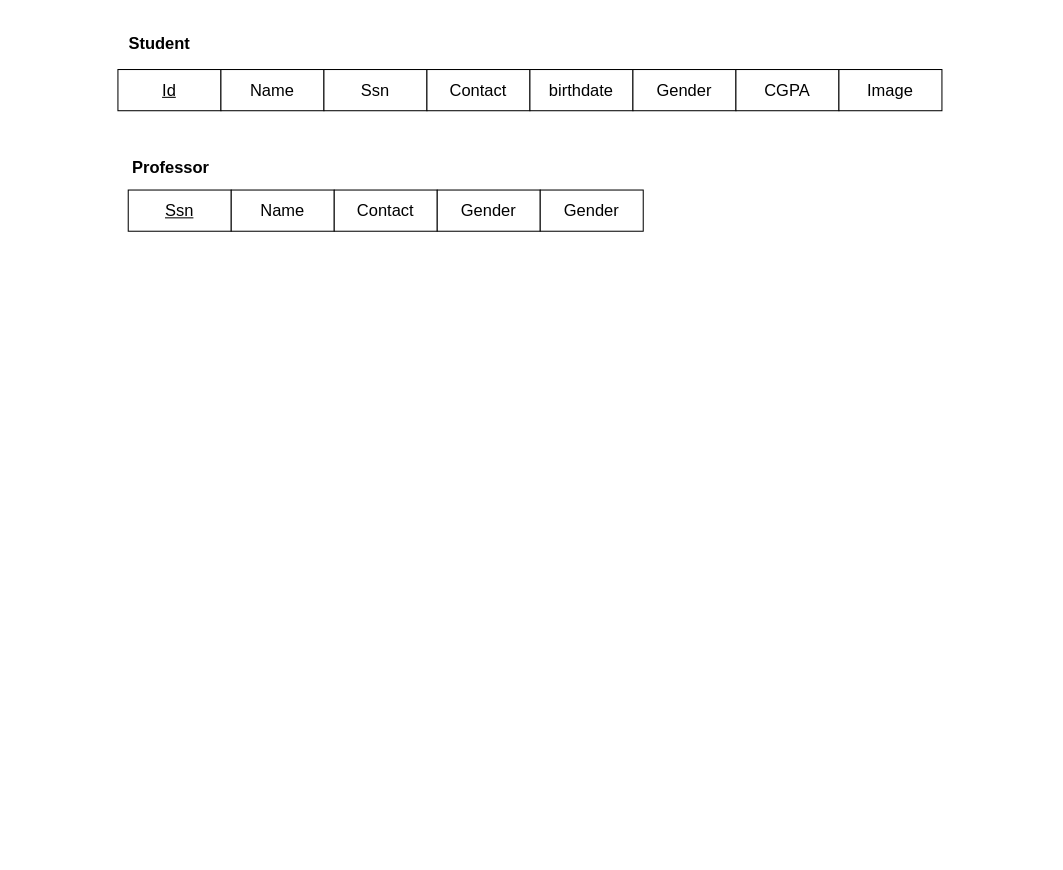
The draw.io diagram diagrams/Mapping.drawio in DiaaAhmedHassan/university_system, before the edit. Source tidied: cells renumbered, new cells numbered last; positions are measured from the earlier drawing's top-left corner, leaving out a move shared by most shapes. Both pictures are drawn from the tidied source at 103%, with x=0, y=0 at pixel (117, 28).
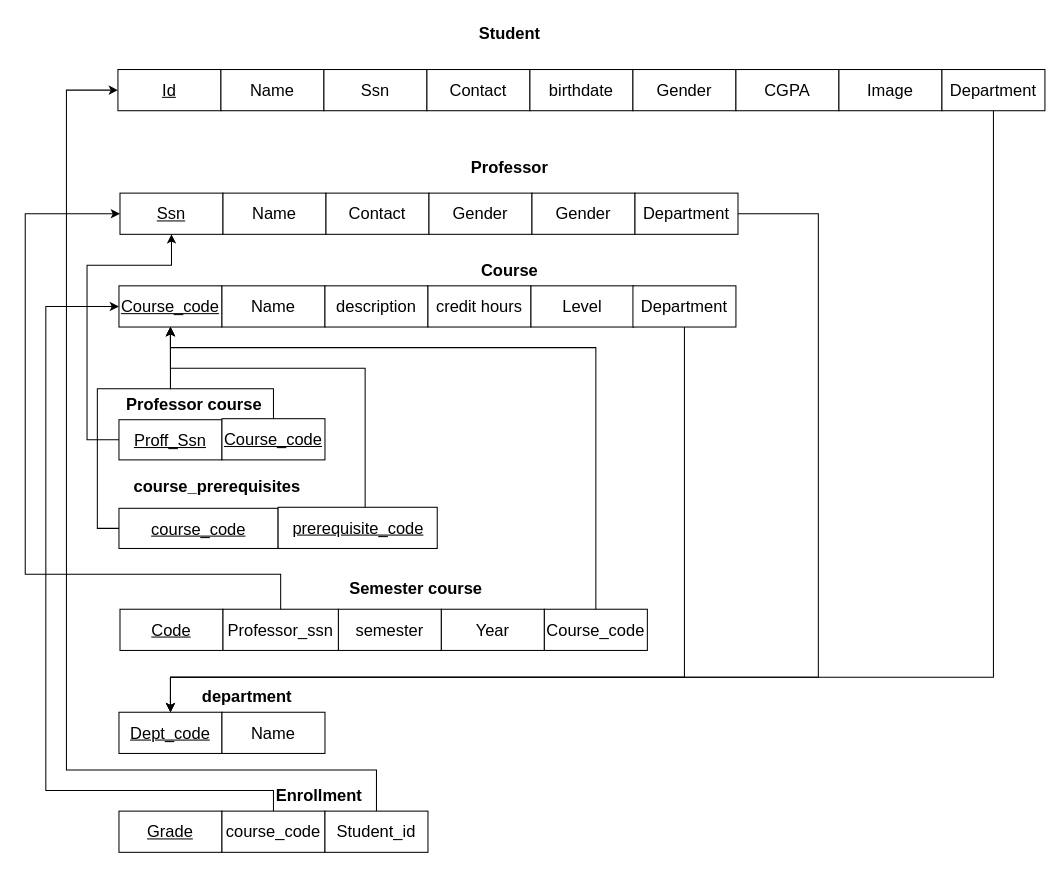
The same page after the edit.

The change refers to these unchanged cells:
```xml
<mxCell id="12" value="&lt;u&gt;&lt;font style=&quot;font-size: 16px;&quot;&gt;Id&lt;/font&gt;&lt;/u&gt;" style="rounded=0;whiteSpace=wrap;html=1;" parent="11" vertex="1">
  <mxGeometry width="100" height="40" as="geometry" />
</mxCell>
```

Diff of the diagram source:
```diff
@@
     <mxCell id="2" value="&lt;font style=&quot;font-size: 16px;&quot;&gt;&lt;b&gt;Student&lt;/b&gt;&lt;/font&gt;" style="text;html=1;align=center;verticalAlign=middle;strokeColor=none;fillColor=none;" parent="1" vertex="1">
-      <mxGeometry width="80" height="30" as="geometry" />
+      <mxGeometry x="340" y="-10" width="80" height="30" as="geometry" />
     </mxCell>
-    <mxCell id="3" value="&lt;font style=&quot;font-size: 16px;&quot;&gt;&lt;b&gt;Professor&lt;/b&gt;&lt;/font&gt;" style="text;html=1;align=center;verticalAlign=middle;strokeColor=none;fillColor=none;" parent="1" vertex="1">
-      <mxGeometry x="1" y="120" width="100" height="30" as="geometry" />
-    </mxCell>
     <mxCell id="4" style="group;" parent="1" vertex="1">
-      <mxGeometry x="10" y="158" width="700" height="40" as="geometry" />
+      <mxGeometry x="10" y="160" width="700" height="40" as="geometry" />
     </mxCell>
     <mxCell id="5" value="&lt;u&gt;&lt;font style=&quot;font-size: 16px;&quot;&gt;Ssn&lt;/font&gt;&lt;/u&gt;" style="rounded=0;whiteSpace=wrap;html=1;" parent="4" vertex="1">
-      <mxGeometry y="-1" width="100" height="40" as="geometry" />
+      <mxGeometry x="-8" width="100" height="40" as="geometry" />
     </mxCell>
     <mxCell id="6" value="&lt;font style=&quot;font-size: 16px;&quot;&gt;Name&lt;/font&gt;" style="rounded=0;whiteSpace=wrap;html=1;" parent="4" vertex="1">
-      <mxGeometry x="100" y="-1" width="100" height="40" as="geometry" />
+      <mxGeometry x="92" width="100" height="40" as="geometry" />
     </mxCell>
     <mxCell id="7" value="&lt;font style=&quot;font-size: 16px;&quot;&gt;Contact&lt;/font&gt;" style="rounded=0;whiteSpace=wrap;html=1;" parent="4" vertex="1">
-      <mxGeometry x="200" y="-1" width="100" height="40" as="geometry" />
+      <mxGeometry x="192" width="100" height="40" as="geometry" />
     </mxCell>
     <mxCell id="8" value="&lt;span style=&quot;font-size: 16px;&quot;&gt;Gender&lt;/span&gt;" style="rounded=0;whiteSpace=wrap;html=1;" parent="4" vertex="1">
-      <mxGeometry x="300" y="-1" width="100" height="40" as="geometry" />
+      <mxGeometry x="292" width="100" height="40" as="geometry" />
     </mxCell>
     <mxCell id="9" value="&lt;span style=&quot;font-size: 16px;&quot;&gt;Gender&lt;/span&gt;" style="rounded=0;whiteSpace=wrap;html=1;" parent="4" vertex="1">
-      <mxGeometry x="400" y="-1" width="100" height="40" as="geometry" />
+      <mxGeometry x="392" width="100" height="40" as="geometry" />
     </mxCell>
+    <mxCell id="20" value="&lt;span style=&quot;font-size: 16px;&quot;&gt;Department&lt;/span&gt;" style="rounded=0;whiteSpace=wrap;html=1;" parent="4" vertex="1">
+      <mxGeometry x="492" width="100" height="40" as="geometry" />
+    </mxCell>
@@
+    <mxCell id="21" value="&lt;font style=&quot;font-size: 16px;&quot;&gt;&lt;b&gt;Course&lt;/b&gt;&lt;/font&gt;" style="text;html=1;align=center;verticalAlign=middle;strokeColor=none;fillColor=none;" parent="1" vertex="1">
+      <mxGeometry x="340" y="220" width="80" height="30" as="geometry" />
+    </mxCell>
+    <mxCell id="22" style="group;" parent="1" vertex="1">
+      <mxGeometry x="-6" y="280" width="800" height="424" as="geometry" />
+    </mxCell>
+    <mxCell id="23" style="group;" parent="22" vertex="1">
+      <mxGeometry width="700" height="424" as="geometry" />
+    </mxCell>
+    <mxCell id="24" value="&lt;u&gt;&lt;font style=&quot;font-size: 16px;&quot;&gt;Code&lt;/font&gt;&lt;/u&gt;" style="rounded=0;whiteSpace=wrap;html=1;" parent="23" vertex="1">
+      <mxGeometry x="8" y="284" width="100" height="40" as="geometry" />
+    </mxCell>
+    <mxCell id="25" value="&lt;font style=&quot;font-size: 16px;&quot;&gt;semester&lt;/font&gt;" style="rounded=0;whiteSpace=wrap;html=1;" parent="23" vertex="1">
+      <mxGeometry x="220" y="284" width="100" height="40" as="geometry" />
+    </mxCell>
+    <mxCell id="26" value="&lt;font style=&quot;font-size: 16px;&quot;&gt;Year&lt;/font&gt;" style="rounded=0;whiteSpace=wrap;html=1;" parent="23" vertex="1">
+      <mxGeometry x="320" y="284" width="100" height="40" as="geometry" />
+    </mxCell>
+    <mxCell id="27" value="&lt;font style=&quot;font-size: 16px;&quot;&gt;Course_code&lt;/font&gt;" style="rounded=0;whiteSpace=wrap;html=1;" parent="23" vertex="1">
+      <mxGeometry x="420" y="284" width="100" height="40" as="geometry" />
+    </mxCell>
+    <mxCell id="28" style="group;" parent="23" vertex="1">
+      <mxGeometry x="7" y="384" width="200" height="40" as="geometry" />
+    </mxCell>
+    <mxCell id="29" value="&lt;u&gt;&lt;font style=&quot;font-size: 16px;&quot;&gt;Dept_code&lt;/font&gt;&lt;/u&gt;" style="rounded=0;whiteSpace=wrap;html=1;" parent="28" vertex="1">
+      <mxGeometry width="100" height="40" as="geometry" />
+    </mxCell>
+    <mxCell id="30" value="&lt;font style=&quot;font-size: 16px;&quot;&gt;Name&lt;/font&gt;" style="rounded=0;whiteSpace=wrap;html=1;" parent="28" vertex="1">
+      <mxGeometry x="100" width="100" height="40" as="geometry" />
+    </mxCell>
+    <mxCell id="31" value="&lt;font style=&quot;font-size: 16px;&quot;&gt;Professor_ssn&lt;/font&gt;" style="rounded=0;whiteSpace=wrap;html=1;" parent="23" vertex="1">
+      <mxGeometry x="108" y="284" width="112" height="40" as="geometry" />
+    </mxCell>
+    <mxCell id="32" value="&lt;font style=&quot;font-size: 16px;&quot;&gt;&lt;b&gt;Professor course&lt;span style=&quot;white-space: pre;&quot;&gt;&#9;&lt;/span&gt;&lt;/b&gt;&lt;/font&gt;" style="text;html=1;align=center;verticalAlign=middle;strokeColor=none;fillColor=none;" parent="23" vertex="1">
+      <mxGeometry y="70" width="170" height="30" as="geometry" />
+    </mxCell>
+    <mxCell id="33" value="&lt;span style=&quot;font-size: 16px;&quot;&gt;&lt;b&gt;course_prerequisites&lt;/b&gt;&lt;/span&gt;" style="text;html=1;align=center;verticalAlign=middle;strokeColor=none;fillColor=none;" parent="23" vertex="1">
+      <mxGeometry x="7" y="150" width="190" height="30" as="geometry" />
+    </mxCell>
+    <mxCell id="34" value="&lt;font style=&quot;font-size: 16px;&quot;&gt;&lt;b&gt;Semester course&lt;/b&gt;&lt;/font&gt;" style="text;html=1;align=center;verticalAlign=middle;strokeColor=none;fillColor=none;" parent="23" vertex="1">
+      <mxGeometry x="220" y="249" width="150" height="30" as="geometry" />
+    </mxCell>
+    <mxCell id="35" value="&lt;font style=&quot;font-size: 16px;&quot;&gt;&lt;b&gt;department&lt;/b&gt;&lt;/font&gt;" style="text;html=1;align=center;verticalAlign=middle;strokeColor=none;fillColor=none;" parent="23" vertex="1">
+      <mxGeometry x="76" y="354" width="110" height="30" as="geometry" />
+    </mxCell>
+    <mxCell id="36" style="group;" parent="1" vertex="1">
+      <mxGeometry x="1" y="379" width="200" height="40" as="geometry" />
+    </mxCell>
+    <mxCell id="37" value="&lt;u&gt;&lt;font style=&quot;font-size: 16px;&quot;&gt;Proff_Ssn&lt;/font&gt;&lt;/u&gt;" style="rounded=0;whiteSpace=wrap;html=1;" parent="36" vertex="1">
+      <mxGeometry y="1" width="100" height="39" as="geometry" />
+    </mxCell>
+    <mxCell id="38" value="&lt;font style=&quot;font-size: 16px;&quot;&gt;&lt;u&gt;Course_code&lt;/u&gt;&lt;/font&gt;" style="rounded=0;whiteSpace=wrap;html=1;" parent="36" vertex="1">
+      <mxGeometry x="100" width="100" height="40" as="geometry" />
+    </mxCell>
+    <mxCell id="39" style="group;" parent="1" vertex="1">
+      <mxGeometry x="1" y="465" width="309" height="40" as="geometry" />
+    </mxCell>
+    <mxCell id="40" value="&lt;u&gt;&lt;font style=&quot;font-size: 16px;&quot;&gt;course_code&lt;/font&gt;&lt;/u&gt;" style="rounded=0;whiteSpace=wrap;html=1;" parent="39" vertex="1">
+      <mxGeometry y="1" width="154.5" height="39" as="geometry" />
+    </mxCell>
+    <mxCell id="41" value="&lt;span style=&quot;font-size: 16px;&quot;&gt;&lt;u&gt;prerequisite_code&lt;/u&gt;&lt;/span&gt;" style="rounded=0;whiteSpace=wrap;html=1;" parent="39" vertex="1">
+      <mxGeometry x="154.5" width="154.5" height="40" as="geometry" />
+    </mxCell>
+    <mxCell id="42" style="edgeStyle=orthogonalEdgeStyle;rounded=0;jettySize=auto;html=1;exitX=0.5;exitY=1;exitDx=0;exitDy=0;" parent="1" edge="1" source="43" target="29">
+      <mxGeometry relative="1" as="geometry">
+        <Array as="points">
+          <mxPoint x="850" y="630" />
+          <mxPoint x="51" y="630" />
+        </Array>
+      </mxGeometry>
+    </mxCell>
+    <mxCell id="43" value="&lt;font style=&quot;font-size: 16px;&quot;&gt;Department&lt;/font&gt;" style="rounded=0;whiteSpace=wrap;html=1;" parent="1" vertex="1">
+      <mxGeometry x="800" y="40" width="100" height="40" as="geometry" />
+    </mxCell>
+    <mxCell id="44" style="edgeStyle=orthogonalEdgeStyle;rounded=0;jettySize=auto;html=1;entryX=0.5;entryY=0;entryDx=0;entryDy=0;" parent="1" edge="1" source="20" target="29">
+      <mxGeometry relative="1" as="geometry">
+        <Array as="points">
+          <mxPoint x="680" y="180" />
+          <mxPoint x="680" y="630" />
+          <mxPoint x="51" y="630" />
+        </Array>
+      </mxGeometry>
+    </mxCell>
+    <mxCell id="3" value="&lt;font style=&quot;font-size: 16px;&quot;&gt;&lt;b&gt;Professor&lt;/b&gt;&lt;/font&gt;" style="text;html=1;align=center;verticalAlign=middle;strokeColor=none;fillColor=none;" parent="1" vertex="1">
+      <mxGeometry x="330" y="120" width="100" height="30" as="geometry" />
+    </mxCell>
+    <mxCell id="45" style="edgeStyle=orthogonalEdgeStyle;rounded=0;jettySize=auto;html=1;entryX=0.5;entryY=1;entryDx=0;entryDy=0;exitX=0;exitY=0.5;exitDx=0;exitDy=0;" parent="1" edge="1" source="37" target="5">
+      <mxGeometry relative="1" as="geometry">
+        <Array as="points">
+          <mxPoint x="-30" y="400" />
+          <mxPoint x="-30" y="230" />
+          <mxPoint x="52" y="230" />
+        </Array>
+      </mxGeometry>
+    </mxCell>
+    <mxCell id="46" style="edgeStyle=orthogonalEdgeStyle;rounded=0;jettySize=auto;html=1;entryX=0.5;entryY=1;entryDx=0;entryDy=0;" parent="1" edge="1" source="38" target="50">
+      <mxGeometry relative="1" as="geometry">
+        <Array as="points">
+          <mxPoint x="151" y="350" />
+          <mxPoint x="51" y="350" />
+        </Array>
+      </mxGeometry>
+    </mxCell>
+    <mxCell id="47" style="edgeStyle=orthogonalEdgeStyle;rounded=0;jettySize=auto;html=1;entryX=0.5;entryY=1;entryDx=0;entryDy=0;" parent="1" edge="1" source="40" target="50">
+      <mxGeometry relative="1" as="geometry">
+        <Array as="points">
+          <mxPoint x="-20" y="486" />
+          <mxPoint x="-20" y="350" />
+          <mxPoint x="51" y="350" />
+        </Array>
+      </mxGeometry>
+    </mxCell>
+    <mxCell id="48" style="edgeStyle=orthogonalEdgeStyle;rounded=0;jettySize=auto;html=1;entryX=0.5;entryY=1;entryDx=0;entryDy=0;" parent="1" edge="1" source="41" target="50">
+      <mxGeometry relative="1" as="geometry">
+        <Array as="points">
+          <mxPoint x="240" y="330" />
+          <mxPoint x="51" y="330" />
+        </Array>
+      </mxGeometry>
+    </mxCell>
+    <mxCell id="49" style="group;" parent="1" vertex="1">
+      <mxGeometry x="1" y="250" width="599" height="40" as="geometry" />
+    </mxCell>
+    <mxCell id="50" value="&lt;u&gt;&lt;font style=&quot;font-size: 16px;&quot;&gt;Course_code&lt;/font&gt;&lt;/u&gt;" style="rounded=0;whiteSpace=wrap;html=1;" parent="49" vertex="1">
+      <mxGeometry width="100" height="40" as="geometry" />
+    </mxCell>
+    <mxCell id="51" value="&lt;font style=&quot;font-size: 16px;&quot;&gt;Name&lt;/font&gt;" style="rounded=0;whiteSpace=wrap;html=1;" parent="49" vertex="1">
+      <mxGeometry x="100" width="100" height="40" as="geometry" />
+    </mxCell>
+    <mxCell id="52" value="&lt;font style=&quot;font-size: 16px;&quot;&gt;description&lt;/font&gt;" style="rounded=0;whiteSpace=wrap;html=1;" parent="49" vertex="1">
+      <mxGeometry x="200" width="100" height="40" as="geometry" />
+    </mxCell>
+    <mxCell id="53" value="&lt;font style=&quot;font-size: 16px;&quot;&gt;credit hours&lt;/font&gt;" style="rounded=0;whiteSpace=wrap;html=1;" parent="49" vertex="1">
+      <mxGeometry x="300" width="100" height="40" as="geometry" />
+    </mxCell>
+    <mxCell id="54" value="&lt;font style=&quot;font-size: 16px;&quot;&gt;Level&lt;/font&gt;" style="rounded=0;whiteSpace=wrap;html=1;" parent="49" vertex="1">
+      <mxGeometry x="400" width="100" height="40" as="geometry" />
+    </mxCell>
+    <mxCell id="55" value="&lt;span style=&quot;font-size: 16px;&quot;&gt;Department&lt;/span&gt;" style="rounded=0;whiteSpace=wrap;html=1;" parent="49" vertex="1">
+      <mxGeometry x="499" width="100" height="40" as="geometry" />
+    </mxCell>
+    <mxCell id="56" style="edgeStyle=orthogonalEdgeStyle;rounded=0;jettySize=auto;html=1;entryX=0.5;entryY=1;entryDx=0;entryDy=0;" parent="1" edge="1" source="27" target="50">
+      <mxGeometry relative="1" as="geometry">
+        <Array as="points">
+          <mxPoint x="464" y="310" />
+          <mxPoint x="51" y="310" />
+        </Array>
+      </mxGeometry>
+    </mxCell>
+    <mxCell id="57" style="edgeStyle=orthogonalEdgeStyle;rounded=0;jettySize=auto;html=1;entryX=0.5;entryY=0;entryDx=0;entryDy=0;" parent="1" edge="1" source="55" target="29">
+      <mxGeometry relative="1" as="geometry">
+        <Array as="points">
+          <mxPoint x="550" y="630" />
+          <mxPoint x="51" y="630" />
+        </Array>
+      </mxGeometry>
+    </mxCell>
+    <mxCell id="58" value="&lt;font style=&quot;font-size: 16px;&quot;&gt;&lt;u&gt;Grade&lt;/u&gt;&lt;/font&gt;" style="rounded=0;whiteSpace=wrap;html=1;" parent="1" vertex="1">
+      <mxGeometry x="1" y="760" width="100" height="40" as="geometry" />
+    </mxCell>
+    <mxCell id="59" style="edgeStyle=orthogonalEdgeStyle;rounded=0;jettySize=auto;html=1;entryX=0;entryY=0.5;entryDx=0;entryDy=0;" parent="1" edge="1" source="60" target="50">
+      <mxGeometry relative="1" as="geometry">
+        <Array as="points">
+          <mxPoint x="151" y="740" />
+          <mxPoint x="-70" y="740" />
+          <mxPoint x="-70" y="270" />
+        </Array>
+      </mxGeometry>
+    </mxCell>
+    <mxCell id="60" value="&lt;span style=&quot;font-size: 16px;&quot;&gt;course_code&lt;/span&gt;" style="rounded=0;whiteSpace=wrap;html=1;" parent="1" vertex="1">
+      <mxGeometry x="101" y="760" width="100" height="40" as="geometry" />
+    </mxCell>
+    <mxCell id="61" style="edgeStyle=orthogonalEdgeStyle;rounded=0;jettySize=auto;html=1;" parent="1" edge="1" source="62" target="12">
+      <mxGeometry relative="1" as="geometry">
+        <Array as="points">
+          <mxPoint x="251" y="720" />
+          <mxPoint x="-50" y="720" />
+          <mxPoint x="-50" y="60" />
+        </Array>
+      </mxGeometry>
+    </mxCell>
+    <mxCell id="62" value="&lt;font style=&quot;font-size: 16px;&quot;&gt;Student_id&lt;/font&gt;" style="rounded=0;whiteSpace=wrap;html=1;" parent="1" vertex="1">
+      <mxGeometry x="201" y="760" width="100" height="40" as="geometry" />
+    </mxCell>
+    <mxCell id="63" value="&lt;font style=&quot;font-size: 16px;&quot;&gt;&lt;b&gt;Enrollment&lt;/b&gt;&lt;/font&gt;" style="text;html=1;align=center;verticalAlign=middle;strokeColor=none;fillColor=none;" parent="1" vertex="1">
+      <mxGeometry x="140" y="730" width="110" height="30" as="geometry" />
+    </mxCell>
+    <mxCell id="64" style="edgeStyle=orthogonalEdgeStyle;rounded=0;jettySize=auto;html=1;entryX=0;entryY=0.5;entryDx=0;entryDy=0;" parent="1" edge="1" source="31" target="5">
+      <mxGeometry relative="1" as="geometry">
+        <Array as="points">
+          <mxPoint x="158" y="530" />
+          <mxPoint x="-90" y="530" />
+          <mxPoint x="-90" y="180" />
+        </Array>
+      </mxGeometry>
+    </mxCell>
```
